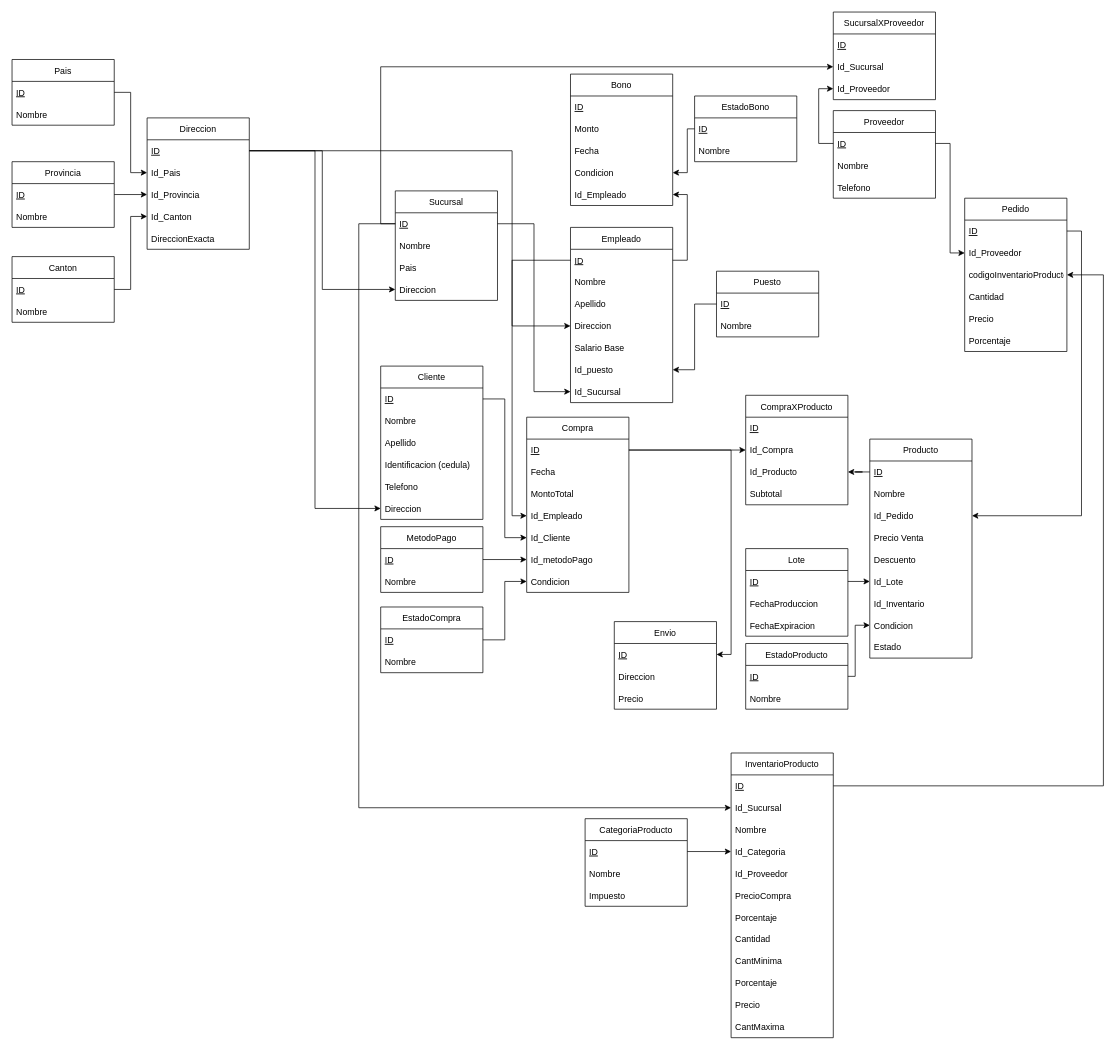
The draw.io diagram diagrama de tablas.drawio in Valhylian/Proyecto1-BD, before the edit. Source tidied: cells renumbered, new cells numbered last; positions are measured from the earlier drawing's top-left corner, leaving out a move shared by most shapes. Both pictures are drawn from the tidied source at 73%, with x=0, y=0 at pixel (12, 12).
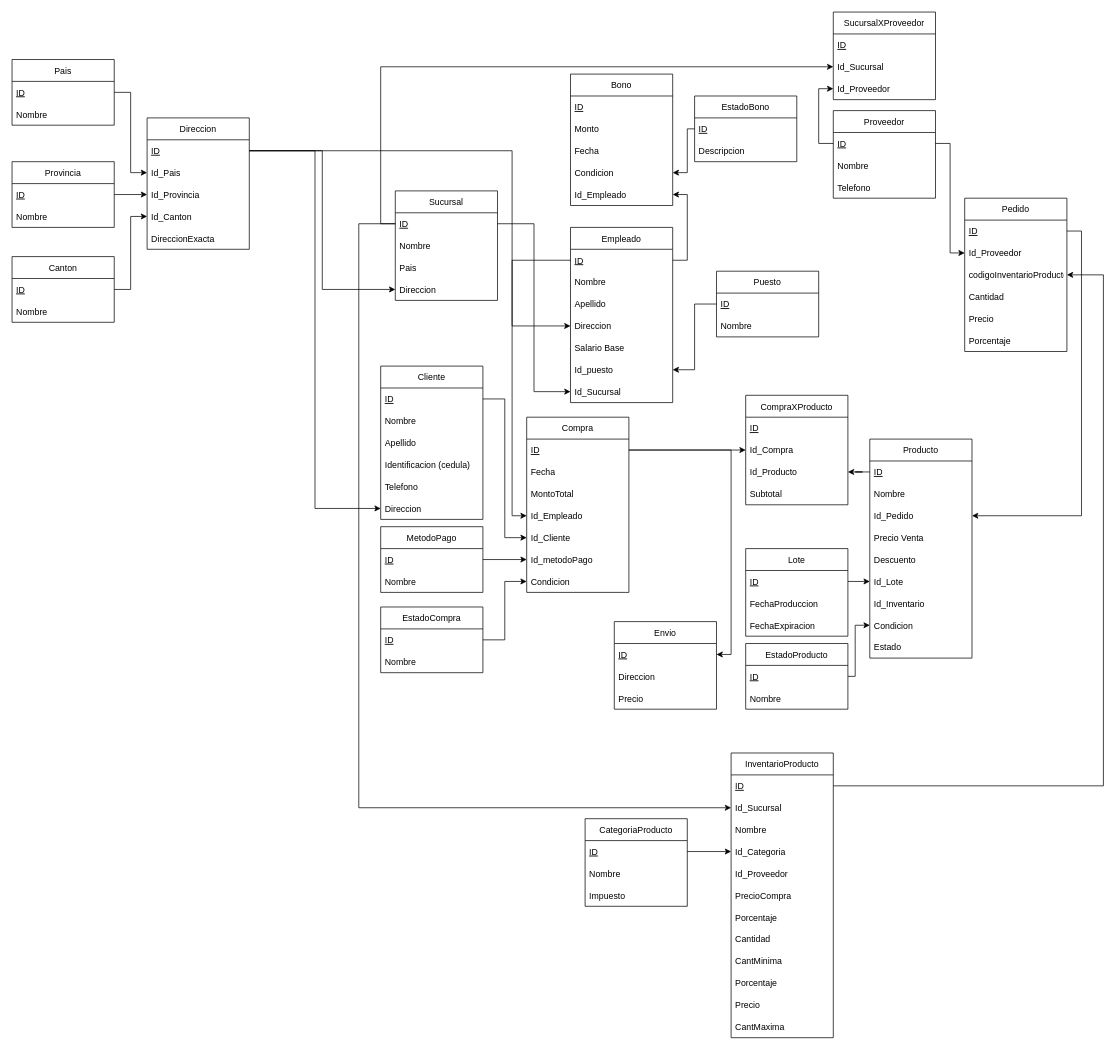
After the change.

The change refers to these unchanged cells:
```xml
<mxCell id="143" value="EstadoBono" style="swimlane;fontStyle=0;horizontal=1;startSize=30;" parent="1" vertex="1">
  <mxGeometry x="935" y="115" width="140" height="90" as="geometry" />
</mxCell>
```

The edit, as a diff of the source:
```diff
@@
-    <mxCell id="145" value="Nombre" style="text;strokeColor=none;fillColor=none;align=left;verticalAlign=middle;spacingLeft=4;spacingRight=4;overflow=hidden;" parent="143" vertex="1">
+    <mxCell id="145" value="Descripcion" style="text;strokeColor=none;fillColor=none;align=left;verticalAlign=middle;spacingLeft=4;spacingRight=4;overflow=hidden;" parent="143" vertex="1">
       <mxGeometry y="60" width="140" height="30" as="geometry" />
     </mxCell>
```
